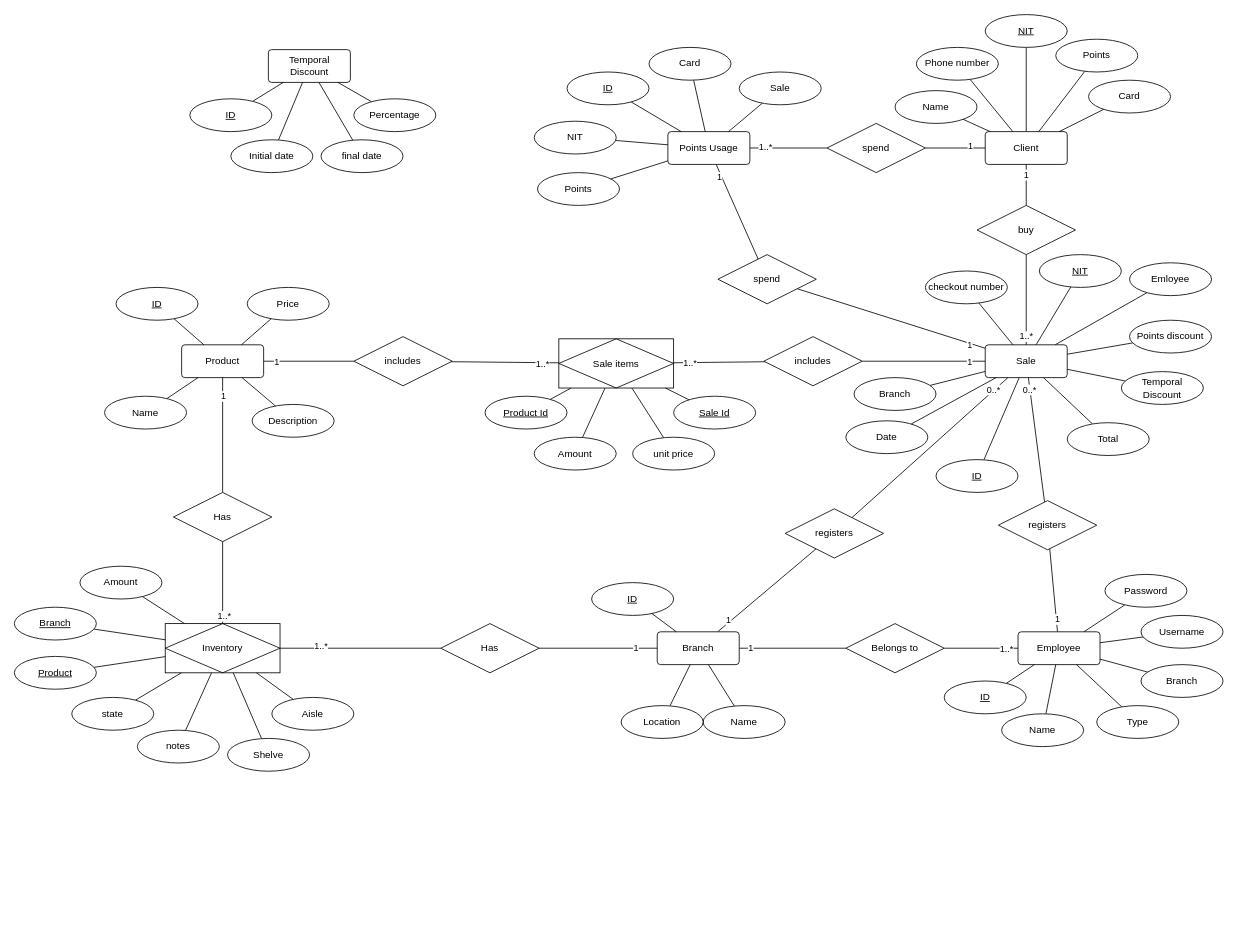
mazHania4/gamer_pro keeps this draw.io diagram as page "diagrama e/r" (1 of 2) of docs/db_docs/gamer_pro_db.drawio. Above is the earlier version. Source tidied: cells renumbered, new cells numbered last; positions are measured from the earlier drawing's top-left corner, leaving out a move shared by most shapes. Both pictures are drawn from the tidied source at 82%, with x=0, y=0 at pixel (14, 14).
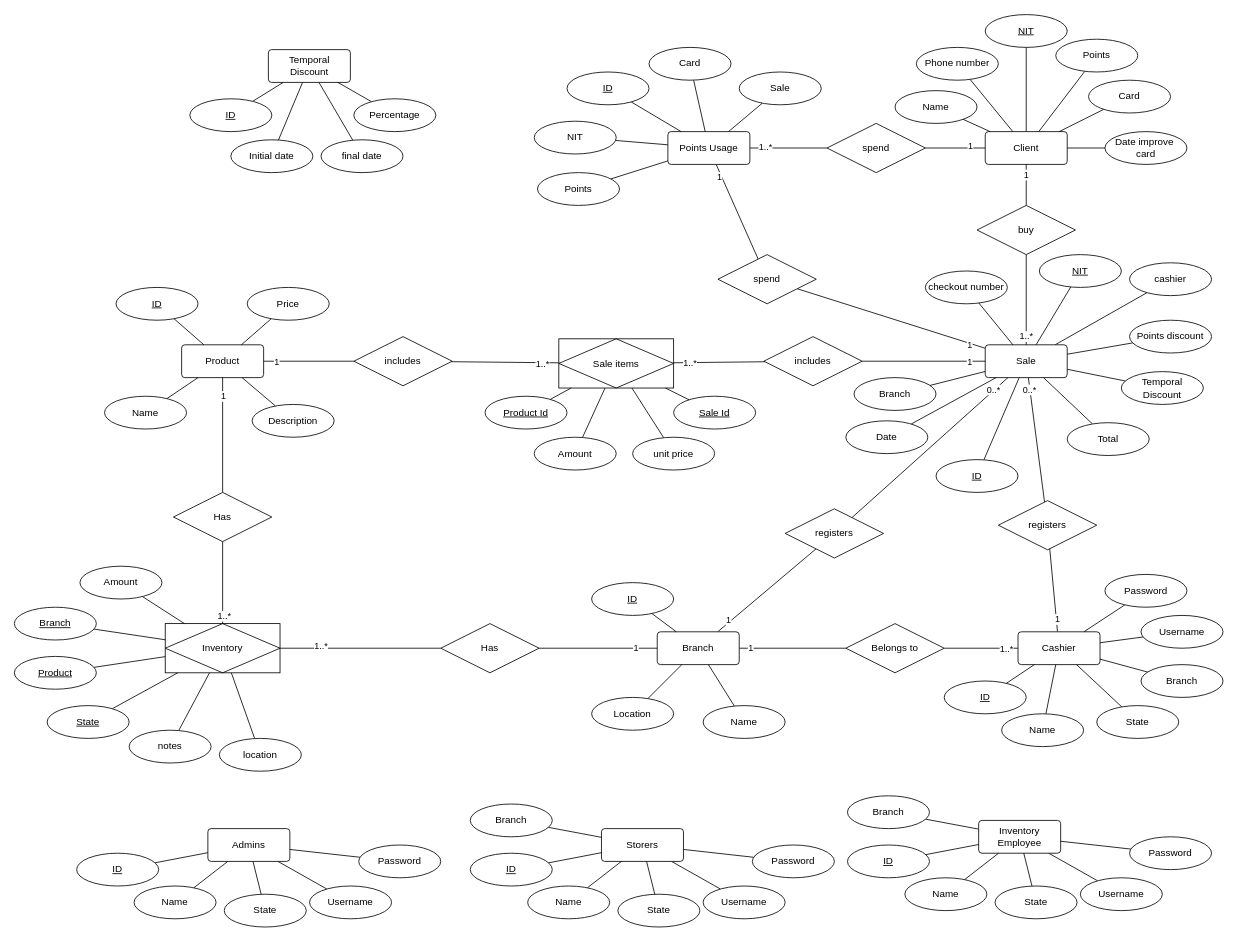
After the change.

Unchanged cells that the change refers to:
```xml
<mxCell id="3" value="Client" style="rounded=1;arcSize=10;whiteSpace=wrap;html=1;align=center;" parent="1" vertex="1">
  <mxGeometry x="1184" y="143" width="100" height="40" as="geometry" />
</mxCell>
<mxCell id="36" value="Inventory" style="shape=associativeEntity;whiteSpace=wrap;html=1;align=center;" parent="1" vertex="1">
  <mxGeometry x="184" y="743" width="140" height="60" as="geometry" />
</mxCell>
```

What changed in the source:
```diff
@@
+    <mxCell id="155" style="edgeStyle=orthogonalEdgeStyle;rounded=0;jettySize=auto;html=1;startArrow=none;startFill=0;endArrow=none;endFill=0;" parent="1" edge="1" source="3" target="194">
+      <mxGeometry relative="1" as="geometry" />
+    </mxCell>
@@
-    <mxCell id="24" value="Employee" style="rounded=1;arcSize=10;whiteSpace=wrap;html=1;align=center;" parent="1" vertex="1">
+    <mxCell id="24" value="Cashier" style="rounded=1;arcSize=10;whiteSpace=wrap;html=1;align=center;" parent="1" vertex="1">
       <mxGeometry x="1224" y="753" width="100" height="40" as="geometry" />
     </mxCell>
@@
-    <mxCell id="30" value="Type" style="ellipse;whiteSpace=wrap;html=1;align=center;" parent="1" vertex="1">
+    <mxCell id="30" value="State" style="ellipse;whiteSpace=wrap;html=1;align=center;" parent="1" vertex="1">
       <mxGeometry x="1320" y="843" width="100" height="40" as="geometry" />
     </mxCell>
@@
-    <mxCell id="43" style="edgeStyle=none;shape=connector;rounded=0;jettySize=auto;html=1;strokeColor=default;align=center;verticalAlign=middle;fontFamily=Helvetica;fontSize=11;fontColor=default;labelBackgroundColor=default;endArrow=none;endFill=0;" parent="1" edge="1" source="44" target="36">
-      <mxGeometry relative="1" as="geometry" />
-    </mxCell>
-    <mxCell id="44" value="Aisle" style="ellipse;whiteSpace=wrap;html=1;align=center;" parent="1" vertex="1">
-      <mxGeometry x="314" y="833" width="100" height="40" as="geometry" />
-    </mxCell>
-    <mxCell id="45" style="edgeStyle=none;shape=connector;rounded=0;jettySize=auto;html=1;strokeColor=default;align=center;verticalAlign=middle;fontFamily=Helvetica;fontSize=11;fontColor=default;labelBackgroundColor=default;endArrow=none;endFill=0;" parent="1" edge="1" source="46" target="36">
+    <mxCell id="45" style="edgeStyle=none;shape=connector;rounded=0;jettySize=auto;html=1;strokeColor=default;align=center;verticalAlign=middle;fontFamily=Helvetica;fontSize=11;fontColor=default;labelBackgroundColor=default;endArrow=none;endFill=0;" parent="1" edge="1" source="193" target="36">
       <mxGeometry relative="1" as="geometry" />
     </mxCell>
-    <mxCell id="46" value="state" style="ellipse;whiteSpace=wrap;html=1;align=center;" parent="1" vertex="1">
-      <mxGeometry x="70" y="833" width="100" height="40" as="geometry" />
-    </mxCell>
@@
-    <mxCell id="61" value="Emloyee" style="ellipse;whiteSpace=wrap;html=1;align=center;" parent="1" vertex="1">
+    <mxCell id="61" value="cashier" style="ellipse;whiteSpace=wrap;html=1;align=center;" parent="1" vertex="1">
       <mxGeometry x="1360" y="303" width="100" height="40" as="geometry" />
     </mxCell>
@@
     <mxCell id="117" value="Location" style="ellipse;whiteSpace=wrap;html=1;align=center;" parent="1" vertex="1">
-      <mxGeometry x="740" y="843" width="100" height="40" as="geometry" />
+      <mxGeometry x="704" y="833" width="100" height="40" as="geometry" />
     </mxCell>
@@
-    <mxCell id="152" value="Shelve" style="ellipse;whiteSpace=wrap;html=1;align=center;" parent="1" vertex="1">
-      <mxGeometry x="260" y="883" width="100" height="40" as="geometry" />
+    <mxCell id="152" value="location" style="ellipse;whiteSpace=wrap;html=1;align=center;" parent="1" vertex="1">
+      <mxGeometry x="250" y="883" width="100" height="40" as="geometry" />
     </mxCell>
@@
     <mxCell id="154" value="notes" style="ellipse;whiteSpace=wrap;html=1;align=center;" parent="1" vertex="1">
-      <mxGeometry x="150" y="873" width="100" height="40" as="geometry" />
+      <mxGeometry x="140" y="873" width="100" height="40" as="geometry" />
     </mxCell>
+    <mxCell id="156" style="edgeStyle=none;shape=connector;rounded=0;jettySize=auto;html=1;strokeColor=default;align=center;verticalAlign=middle;fontFamily=Helvetica;fontSize=11;fontColor=default;labelBackgroundColor=default;endArrow=none;endFill=0;" parent="1" edge="1" source="157" target="164">
+      <mxGeometry relative="1" as="geometry" />
+    </mxCell>
+    <mxCell id="157" value="Admins" style="rounded=1;arcSize=10;whiteSpace=wrap;html=1;align=center;" parent="1" vertex="1">
+      <mxGeometry x="236" y="993" width="100" height="40" as="geometry" />
+    </mxCell>
+    <mxCell id="158" style="edgeStyle=none;shape=connector;rounded=0;jettySize=auto;html=1;strokeColor=default;align=center;verticalAlign=middle;fontFamily=Helvetica;fontSize=11;fontColor=default;labelBackgroundColor=default;endArrow=none;endFill=0;" parent="1" edge="1" source="159" target="157">
+      <mxGeometry relative="1" as="geometry" />
+    </mxCell>
+    <mxCell id="159" value="ID" style="ellipse;whiteSpace=wrap;html=1;align=center;fontStyle=4;" parent="1" vertex="1">
+      <mxGeometry x="76" y="1023" width="100" height="40" as="geometry" />
+    </mxCell>
+    <mxCell id="160" style="edgeStyle=none;shape=connector;rounded=0;jettySize=auto;html=1;strokeColor=default;align=center;verticalAlign=middle;fontFamily=Helvetica;fontSize=11;fontColor=default;labelBackgroundColor=default;endArrow=none;endFill=0;" parent="1" edge="1" source="161" target="157">
+      <mxGeometry relative="1" as="geometry" />
+    </mxCell>
+    <mxCell id="161" value="Name" style="ellipse;whiteSpace=wrap;html=1;align=center;" parent="1" vertex="1">
+      <mxGeometry x="146" y="1063" width="100" height="40" as="geometry" />
+    </mxCell>
+    <mxCell id="162" style="edgeStyle=none;shape=connector;rounded=0;jettySize=auto;html=1;strokeColor=default;align=center;verticalAlign=middle;fontFamily=Helvetica;fontSize=11;fontColor=default;labelBackgroundColor=default;endArrow=none;endFill=0;" parent="1" edge="1" source="163" target="157">
+      <mxGeometry relative="1" as="geometry" />
+    </mxCell>
+    <mxCell id="163" value="State" style="ellipse;whiteSpace=wrap;html=1;align=center;" parent="1" vertex="1">
+      <mxGeometry x="256" y="1073" width="100" height="40" as="geometry" />
+    </mxCell>
+    <mxCell id="164" value="Username" style="ellipse;whiteSpace=wrap;html=1;align=center;" parent="1" vertex="1">
+      <mxGeometry x="360" y="1063" width="100" height="40" as="geometry" />
+    </mxCell>
+    <mxCell id="165" style="edgeStyle=none;shape=connector;rounded=0;jettySize=auto;html=1;strokeColor=default;align=center;verticalAlign=middle;fontFamily=Helvetica;fontSize=11;fontColor=default;labelBackgroundColor=default;endArrow=none;endFill=0;" parent="1" edge="1" source="166" target="157">
+      <mxGeometry relative="1" as="geometry" />
+    </mxCell>
+    <mxCell id="166" value="Password" style="ellipse;whiteSpace=wrap;html=1;align=center;" parent="1" vertex="1">
+      <mxGeometry x="420" y="1013" width="100" height="40" as="geometry" />
+    </mxCell>
+    <mxCell id="167" style="edgeStyle=none;shape=connector;rounded=0;jettySize=auto;html=1;strokeColor=default;align=center;verticalAlign=middle;fontFamily=Helvetica;fontSize=11;fontColor=default;labelBackgroundColor=default;endArrow=none;endFill=0;" parent="1" edge="1" source="169" target="176">
+      <mxGeometry relative="1" as="geometry" />
+    </mxCell>
+    <mxCell id="168" style="rounded=0;jettySize=auto;html=1;startArrow=none;startFill=0;endArrow=none;endFill=0;" parent="1" edge="1" source="169" target="179">
+      <mxGeometry relative="1" as="geometry" />
+    </mxCell>
+    <mxCell id="169" value="Storers" style="rounded=1;arcSize=10;whiteSpace=wrap;html=1;align=center;" parent="1" vertex="1">
+      <mxGeometry x="716" y="993" width="100" height="40" as="geometry" />
+    </mxCell>
+    <mxCell id="170" style="edgeStyle=none;shape=connector;rounded=0;jettySize=auto;html=1;strokeColor=default;align=center;verticalAlign=middle;fontFamily=Helvetica;fontSize=11;fontColor=default;labelBackgroundColor=default;endArrow=none;endFill=0;" parent="1" edge="1" source="171" target="169">
+      <mxGeometry relative="1" as="geometry" />
+    </mxCell>
+    <mxCell id="171" value="ID" style="ellipse;whiteSpace=wrap;html=1;align=center;fontStyle=4;" parent="1" vertex="1">
+      <mxGeometry x="556" y="1023" width="100" height="40" as="geometry" />
+    </mxCell>
+    <mxCell id="172" style="edgeStyle=none;shape=connector;rounded=0;jettySize=auto;html=1;strokeColor=default;align=center;verticalAlign=middle;fontFamily=Helvetica;fontSize=11;fontColor=default;labelBackgroundColor=default;endArrow=none;endFill=0;" parent="1" edge="1" source="173" target="169">
+      <mxGeometry relative="1" as="geometry" />
+    </mxCell>
+    <mxCell id="173" value="Name" style="ellipse;whiteSpace=wrap;html=1;align=center;" parent="1" vertex="1">
+      <mxGeometry x="626" y="1063" width="100" height="40" as="geometry" />
+    </mxCell>
+    <mxCell id="174" style="edgeStyle=none;shape=connector;rounded=0;jettySize=auto;html=1;strokeColor=default;align=center;verticalAlign=middle;fontFamily=Helvetica;fontSize=11;fontColor=default;labelBackgroundColor=default;endArrow=none;endFill=0;" parent="1" edge="1" source="175" target="169">
+      <mxGeometry relative="1" as="geometry" />
+    </mxCell>
+    <mxCell id="175" value="State" style="ellipse;whiteSpace=wrap;html=1;align=center;" parent="1" vertex="1">
+      <mxGeometry x="736" y="1073" width="100" height="40" as="geometry" />
+    </mxCell>
+    <mxCell id="176" value="Username" style="ellipse;whiteSpace=wrap;html=1;align=center;" parent="1" vertex="1">
+      <mxGeometry x="840" y="1063" width="100" height="40" as="geometry" />
+    </mxCell>
+    <mxCell id="177" style="edgeStyle=none;shape=connector;rounded=0;jettySize=auto;html=1;strokeColor=default;align=center;verticalAlign=middle;fontFamily=Helvetica;fontSize=11;fontColor=default;labelBackgroundColor=default;endArrow=none;endFill=0;" parent="1" edge="1" source="178" target="169">
+      <mxGeometry relative="1" as="geometry" />
+    </mxCell>
+    <mxCell id="178" value="Password" style="ellipse;whiteSpace=wrap;html=1;align=center;" parent="1" vertex="1">
+      <mxGeometry x="900" y="1013" width="100" height="40" as="geometry" />
+    </mxCell>
+    <mxCell id="179" value="Branch" style="ellipse;whiteSpace=wrap;html=1;align=center;" parent="1" vertex="1">
+      <mxGeometry x="556" y="963" width="100" height="40" as="geometry" />
+    </mxCell>
+    <mxCell id="180" style="edgeStyle=none;shape=connector;rounded=0;jettySize=auto;html=1;strokeColor=default;align=center;verticalAlign=middle;fontFamily=Helvetica;fontSize=11;fontColor=default;labelBackgroundColor=default;endArrow=none;endFill=0;" parent="1" edge="1" source="182" target="189">
+      <mxGeometry relative="1" as="geometry" />
+    </mxCell>
+    <mxCell id="181" style="rounded=0;jettySize=auto;html=1;startArrow=none;startFill=0;endArrow=none;endFill=0;" parent="1" edge="1" source="182" target="192">
+      <mxGeometry relative="1" as="geometry" />
+    </mxCell>
+    <mxCell id="182" value="Inventory Employee" style="rounded=1;arcSize=10;whiteSpace=wrap;html=1;align=center;" parent="1" vertex="1">
+      <mxGeometry x="1176" y="983" width="100" height="40" as="geometry" />
+    </mxCell>
+    <mxCell id="183" style="edgeStyle=none;shape=connector;rounded=0;jettySize=auto;html=1;strokeColor=default;align=center;verticalAlign=middle;fontFamily=Helvetica;fontSize=11;fontColor=default;labelBackgroundColor=default;endArrow=none;endFill=0;" parent="1" edge="1" source="184" target="182">
+      <mxGeometry relative="1" as="geometry" />
+    </mxCell>
+    <mxCell id="184" value="ID" style="ellipse;whiteSpace=wrap;html=1;align=center;fontStyle=4;" parent="1" vertex="1">
+      <mxGeometry x="1016" y="1013" width="100" height="40" as="geometry" />
+    </mxCell>
+    <mxCell id="185" style="edgeStyle=none;shape=connector;rounded=0;jettySize=auto;html=1;strokeColor=default;align=center;verticalAlign=middle;fontFamily=Helvetica;fontSize=11;fontColor=default;labelBackgroundColor=default;endArrow=none;endFill=0;" parent="1" edge="1" source="186" target="182">
+      <mxGeometry relative="1" as="geometry" />
+    </mxCell>
+    <mxCell id="186" value="Name" style="ellipse;whiteSpace=wrap;html=1;align=center;" parent="1" vertex="1">
+      <mxGeometry x="1086" y="1053" width="100" height="40" as="geometry" />
+    </mxCell>
+    <mxCell id="187" style="edgeStyle=none;shape=connector;rounded=0;jettySize=auto;html=1;strokeColor=default;align=center;verticalAlign=middle;fontFamily=Helvetica;fontSize=11;fontColor=default;labelBackgroundColor=default;endArrow=none;endFill=0;" parent="1" edge="1" source="188" target="182">
+      <mxGeometry relative="1" as="geometry" />
+    </mxCell>
+    <mxCell id="188" value="State" style="ellipse;whiteSpace=wrap;html=1;align=center;" parent="1" vertex="1">
+      <mxGeometry x="1196" y="1063" width="100" height="40" as="geometry" />
+    </mxCell>
+    <mxCell id="189" value="Username" style="ellipse;whiteSpace=wrap;html=1;align=center;" parent="1" vertex="1">
+      <mxGeometry x="1300" y="1053" width="100" height="40" as="geometry" />
+    </mxCell>
+    <mxCell id="190" style="edgeStyle=none;shape=connector;rounded=0;jettySize=auto;html=1;strokeColor=default;align=center;verticalAlign=middle;fontFamily=Helvetica;fontSize=11;fontColor=default;labelBackgroundColor=default;endArrow=none;endFill=0;" parent="1" edge="1" source="191" target="182">
+      <mxGeometry relative="1" as="geometry" />
+    </mxCell>
+    <mxCell id="191" value="Password" style="ellipse;whiteSpace=wrap;html=1;align=center;" parent="1" vertex="1">
+      <mxGeometry x="1360" y="1003" width="100" height="40" as="geometry" />
+    </mxCell>
+    <mxCell id="192" value="Branch" style="ellipse;whiteSpace=wrap;html=1;align=center;" parent="1" vertex="1">
+      <mxGeometry x="1016" y="953" width="100" height="40" as="geometry" />
+    </mxCell>
+    <mxCell id="193" value="State" style="ellipse;whiteSpace=wrap;html=1;align=center;fontStyle=4;" parent="1" vertex="1">
+      <mxGeometry x="40" y="843" width="100" height="40" as="geometry" />
+    </mxCell>
+    <mxCell id="194" value="Date improve&amp;nbsp;&lt;div&gt;card&lt;/div&gt;" style="ellipse;whiteSpace=wrap;html=1;align=center;" parent="1" vertex="1">
+      <mxGeometry x="1330" y="143" width="100" height="40" as="geometry" />
+    </mxCell>
```
